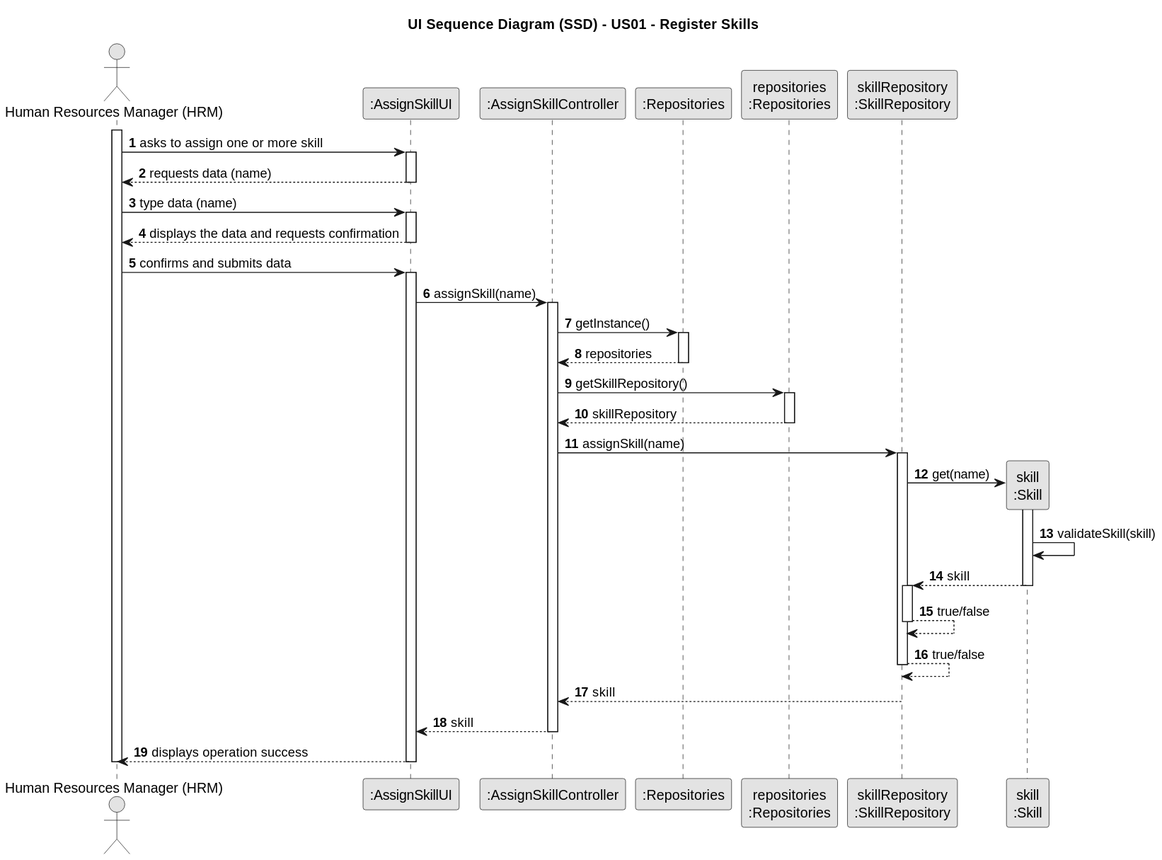
Departamento-de-Engenharia-Informatica/lei-24-s2-1db-g022 keeps this PlantUML diagram as docs/sprint2/us04/03.design/svg/us04-sequence-diagram.svg. Above is the earlier version.
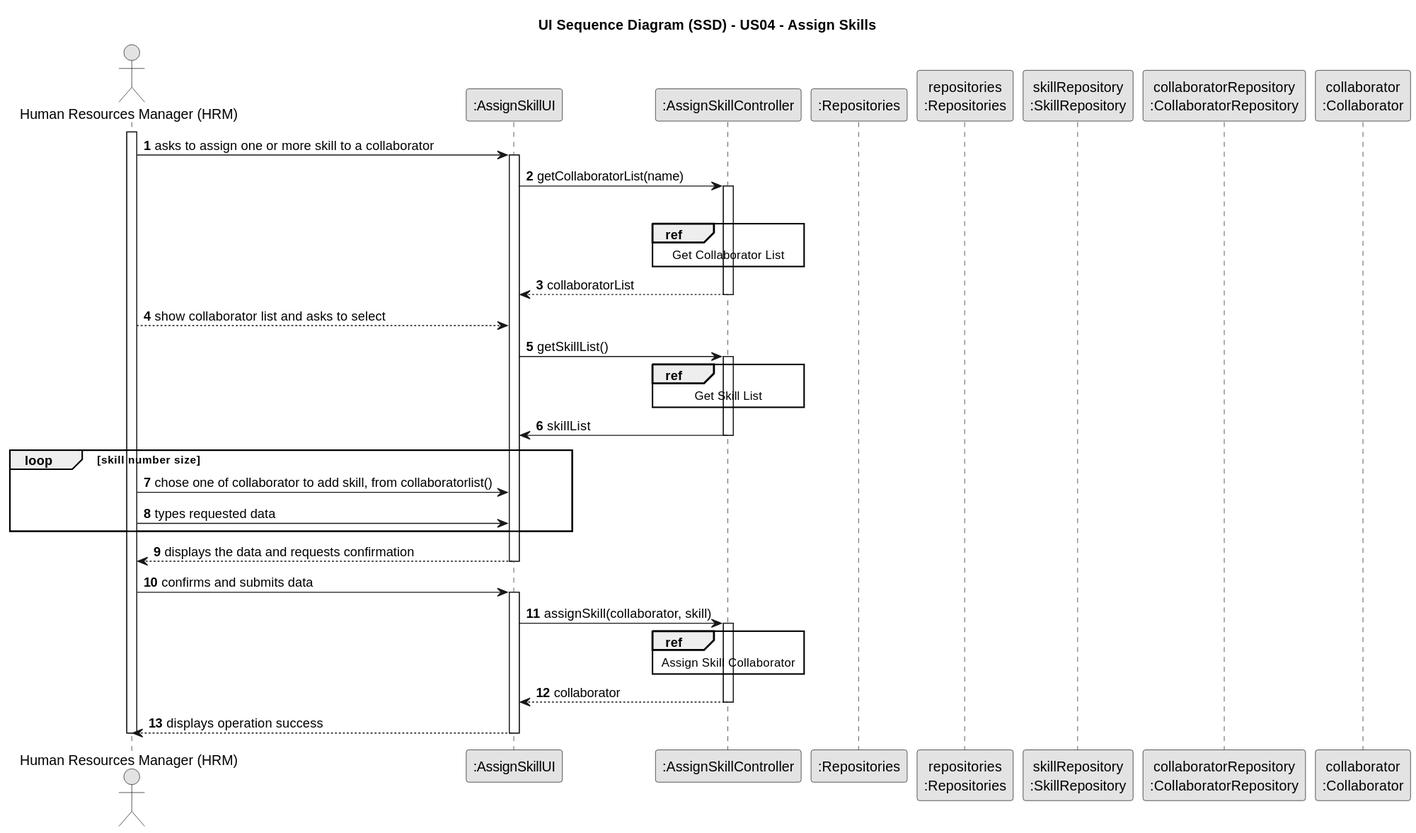
Above is the later version.

The edit, as a diff of the source:
```diff
@@ -3,7 +3,7 @@
 skinparam packageStyle rectangle
 skinparam shadowing false
 
-title UI Sequence Diagram (SSD) - US01 - Register Skills
+title UI Sequence Diagram (SSD) - US04 - Assign Skills
 
 autonumber
 
@@ -13,65 +13,71 @@
 participant ":Repositories" as RepositorySingleton
 participant "repositories\n:Repositories" as PLAT
 participant "skillRepository\n:SkillRepository" as SR
-participant "skill\n:Skill" as SKILL
+participant "collaboratorRepository\n:CollaboratorRepository" as CL
+participant "collaborator\n:Collaborator" as Collb
+
 
 activate HRM
 
-        HRM -> UI : asks to assign one or more skill
+        HRM -> UI : asks to assign one or more skill to a collaborator
     activate UI
+UI -> CTRL : getCollaboratorList(name)
+activate CTRL
 
-        UI --> HRM : requests data (name)
-    deactivate UI
+ref over CTRL
+Get Collaborator List
+end
 
-        HRM->UI: type data (name)
+deactivate Collb
 
-    activate UI
+CTRL--> UI : collaboratorList
+
+deactivate CTRL
+
+UI <-- HRM : show collaborator list and asks to select
+
+  UI -> CTRL :getSkillList()
+  activate CTRL
+  ref over CTRL
+  Get Skill List
+  end
+  CTRL -> UI : skillList
+
+  deactivate CTRL
+
+    loop skill number size
+HRM -> UI : chose one of collaborator to add skill, from collaboratorlist()
+HRM -> UI : types requested data
+end loop
+
+activate UI
+
+deactivate CTRL
+
+
+
+deactivate CTRL
+
+
 
         UI --> HRM : displays the data and requests confirmation
 
-    deactivate UI
+deactivate UI
 
         HRM -> UI : confirms and submits data
 
-    activate UI
+activate UI
 
-         UI -> CTRL: assignSkill(name)
+
+         UI -> CTRL: assignSkill(collaborator, skill)
+
         activate CTRL
+        ref over CTRL
+        Assign Skill Collaborator
+        end
 
-        CTRL -> RepositorySingleton : getInstance()
 
-            activate RepositorySingleton
-
-                RepositorySingleton --> CTRL : repositories
-            deactivate RepositorySingleton
-
-            CTRL -> PLAT : getSkillRepository()
-            activate PLAT
-
-            PLAT --> CTRL: skillRepository
-            deactivate PLAT
-
-        CTRL -> SR : assignSkill(name)
-
-        activate SR
-
-            SR -> SKILL**: get(name)
-                activate SKILL
-                        SKILL -> SKILL: validateSkill(skill)
-                    SKILL --> SR : skill
-                    deactivate SKILL
-                        activate SR
-                            SR --> SR : true/false
-                        deactivate
-                            SR --> SR : true/false
-
-deactivate SR
-
-            SR --> CTRL : skill
-
-            deactivate SR
-
-            CTRL --> UI : skill
+            CTRL --> UI : collaborator
       deactivate CTRL
 
       UI --> HRM : displays operation success
```
